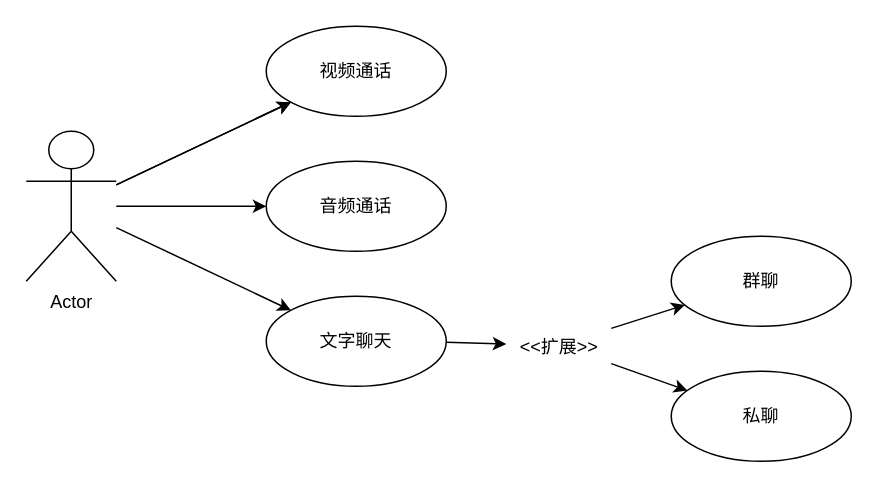
This is drawio/音视频模块用例图.drawio from jhongxu/image-hosting, a draw.io file, before an edit. Source tidied: cells renumbered, new cells numbered last; positions are measured from the earlier drawing's top-left corner, leaving out a move shared by most shapes. Both pictures are drawn from the tidied source at 150%, with x=0, y=0 at pixel (26, 26).
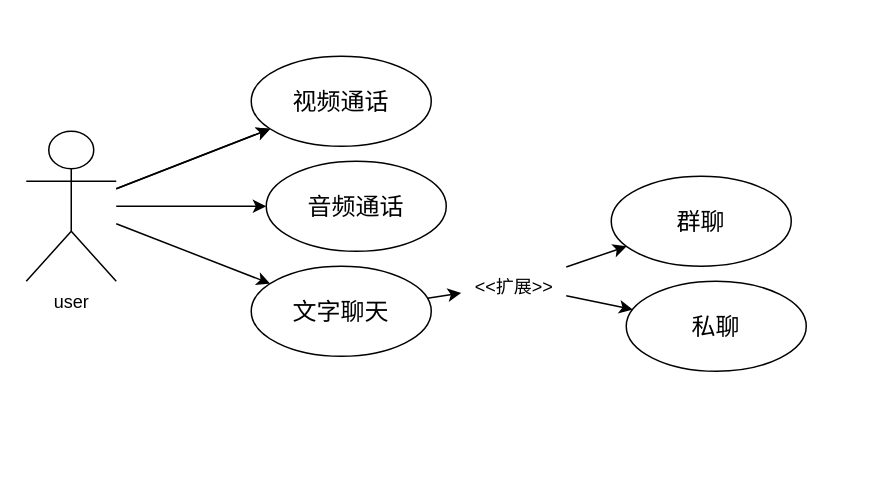
After the change.

Commit message:
更新音视频模块用例图.drawio

The edit, as a diff of the source:
```diff
@@
 <mxGraphModel>
   <root>
     <mxCell id="0" />
     <mxCell id="1" parent="0" />
     <mxCell id="2" style="rounded=0;jettySize=auto;html=1;" parent="1" edge="1" source="6" target="7">
       <mxGeometry relative="1" as="geometry" />
     </mxCell>
     <mxCell id="3" style="edgeStyle=none;rounded=0;jettySize=auto;html=1;" parent="1" edge="1" source="6" target="7">
       <mxGeometry relative="1" as="geometry" />
     </mxCell>
     <mxCell id="4" style="edgeStyle=none;rounded=0;jettySize=auto;html=1;" parent="1" edge="1" source="6" target="8">
       <mxGeometry relative="1" as="geometry" />
     </mxCell>
     <mxCell id="5" style="edgeStyle=none;rounded=0;jettySize=auto;html=1;" parent="1" edge="1" source="6" target="10">
       <mxGeometry relative="1" as="geometry" />
     </mxCell>
-    <mxCell id="6" value="Actor" style="shape=umlActor;verticalLabelPosition=bottom;verticalAlign=top;html=1;outlineConnect=0;" parent="1" vertex="1">
+    <mxCell id="6" value="user" style="shape=umlActor;verticalLabelPosition=bottom;verticalAlign=top;html=1;outlineConnect=0;" parent="1" vertex="1">
       <mxGeometry y="70" width="60" height="100" as="geometry" />
     </mxCell>
-    <mxCell id="7" value="视频通话" style="ellipse;whiteSpace=wrap;html=1;verticalAlign=middle;align=center;" parent="1" vertex="1">
-      <mxGeometry x="160" width="120" height="60" as="geometry" />
+    <mxCell id="7" value="视频通话" style="ellipse;whiteSpace=wrap;html=1;verticalAlign=middle;align=center;fontSize=16;" parent="1" vertex="1">
+      <mxGeometry x="150" y="20" width="120" height="60" as="geometry" />
     </mxCell>
-    <mxCell id="8" value="音频通话" style="ellipse;whiteSpace=wrap;html=1;verticalAlign=middle;" parent="1" vertex="1">
+    <mxCell id="8" value="音频通话" style="ellipse;whiteSpace=wrap;html=1;verticalAlign=middle;fontSize=16;" parent="1" vertex="1">
       <mxGeometry x="160" y="90" width="120" height="60" as="geometry" />
     </mxCell>
     <mxCell id="9" style="edgeStyle=none;rounded=0;jettySize=auto;html=1;" parent="1" edge="1" source="10" target="13">
       <mxGeometry relative="1" as="geometry" />
     </mxCell>
-    <mxCell id="10" value="文字聊天" style="ellipse;whiteSpace=wrap;html=1;verticalAlign=middle;" parent="1" vertex="1">
-      <mxGeometry x="160" y="180" width="120" height="60" as="geometry" />
+    <mxCell id="10" value="文字聊天" style="ellipse;whiteSpace=wrap;html=1;verticalAlign=middle;fontSize=16;" parent="1" vertex="1">
+      <mxGeometry x="150" y="160" width="120" height="60" as="geometry" />
     </mxCell>
     <mxCell id="11" style="edgeStyle=none;rounded=0;jettySize=auto;html=1;" parent="1" edge="1" source="13" target="14">
       <mxGeometry relative="1" as="geometry" />
     </mxCell>
     <mxCell id="12" style="edgeStyle=none;rounded=0;jettySize=auto;html=1;" parent="1" edge="1" source="13" target="15">
       <mxGeometry relative="1" as="geometry" />
     </mxCell>
     <mxCell id="13" value="&amp;lt;&amp;lt;扩展&amp;gt;&amp;gt;" style="text;html=1;align=center;" parent="1" vertex="1">
-      <mxGeometry x="320" y="200" width="70" height="25" as="geometry" />
+      <mxGeometry x="290" y="160" width="70" height="25" as="geometry" />
     </mxCell>
-    <mxCell id="14" value="群聊" style="ellipse;whiteSpace=wrap;html=1;" parent="1" vertex="1">
-      <mxGeometry x="430" y="140" width="120" height="60" as="geometry" />
+    <mxCell id="14" value="群聊" style="ellipse;whiteSpace=wrap;html=1;fontSize=16;" parent="1" vertex="1">
+      <mxGeometry x="390" y="100" width="120" height="60" as="geometry" />
     </mxCell>
-    <mxCell id="15" value="私聊" style="ellipse;whiteSpace=wrap;html=1;" parent="1" vertex="1">
-      <mxGeometry x="430" y="230" width="120" height="60" as="geometry" />
+    <mxCell id="15" value="私聊" style="ellipse;whiteSpace=wrap;html=1;fontSize=16;" parent="1" vertex="1">
+      <mxGeometry x="400" y="170" width="120" height="60" as="geometry" />
     </mxCell>
   </root>
 </mxGraphModel>
```
